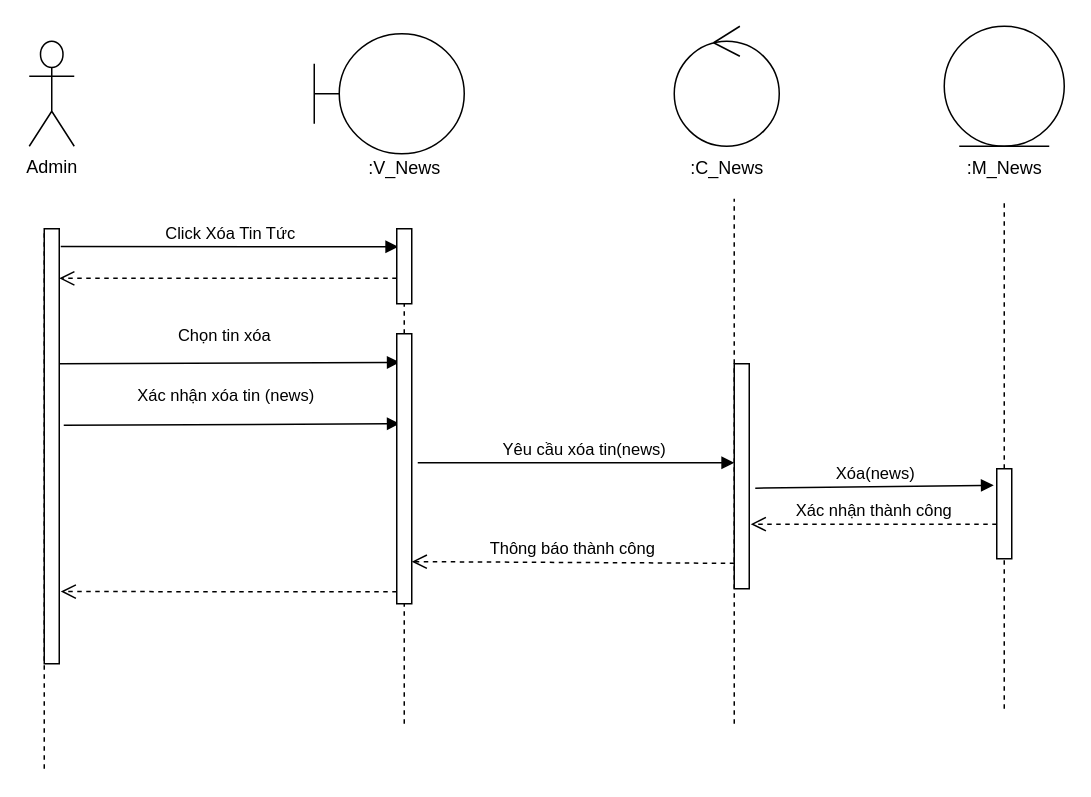
Earlier version of the draw.io diagram Sequence/XoaTinTuc.drawio (hoangminh15/PTTKHT). Source tidied: cells renumbered, new cells numbered last; positions are measured from the earlier drawing's top-left corner, leaving out a move shared by most shapes. Both pictures are drawn from the tidied source at 150%, with x=0, y=0 at pixel (28, 26).
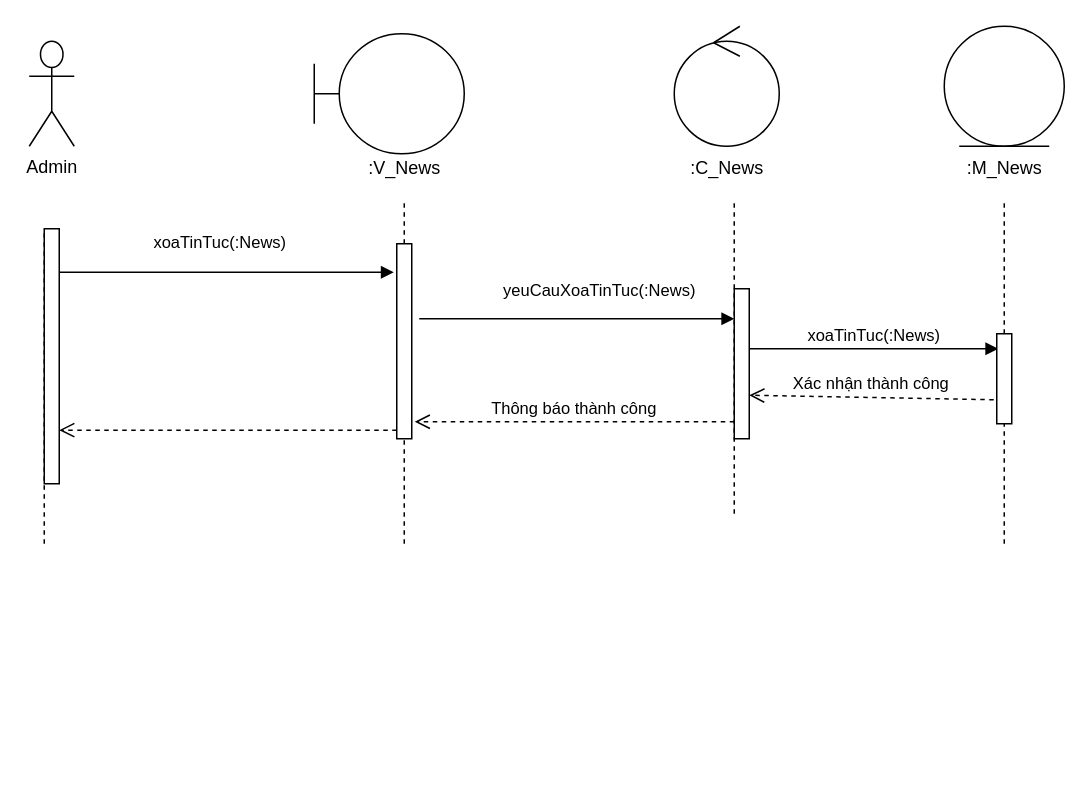
The same page after the edit.

Unchanged cells that the change refers to:
```xml
<mxCell id="9" value=":C_News" style="text;html=1;align=center;verticalAlign=middle;points=[];" parent="1" vertex="1">
  <mxGeometry x="435" y="85" width="60" height="20" as="geometry" />
</mxCell>
```

The edit, as a diff of the source:
```diff
@@
-    <mxCell id="2" value="Click Xóa Tin Tức" style="html=1;verticalAlign=bottom;endArrow=block;exitX=1.1;exitY=0.041;exitDx=0;exitDy=0;exitPerimeter=0;entryX=0.1;entryY=0.24;entryDx=0;entryDy=0;entryPerimeter=0;" parent="1" edge="1" source="16" target="14">
-      <mxGeometry relative="1" as="geometry" />
-    </mxCell>
-    <mxCell id="3" style="html=1;verticalAlign=bottom;endArrow=open;dashed=1;endSize=8;entryX=1;entryY=0.114;entryDx=0;entryDy=0;entryPerimeter=0;exitX=0;exitY=0.66;exitDx=0;exitDy=0;exitPerimeter=0;" parent="1" edge="1" source="14" target="16">
-      <mxGeometry relative="1" as="geometry" />
-    </mxCell>
-    <mxCell id="4" value="Chọn tin xóa" style="html=1;verticalAlign=bottom;endArrow=block;exitX=1;exitY=0.345;exitDx=0;exitDy=0;exitPerimeter=0;entryX=0.2;entryY=0.106;entryDx=0;entryDy=0;entryPerimeter=0;" parent="1" edge="1" target="17">
-      <mxGeometry x="-0.03" y="10" relative="1" as="geometry">
-        <mxPoint x="20" y="225" as="sourcePoint" />
-      </mxGeometry>
-    </mxCell>
-    <mxCell id="5" value="Xác nhận xóa tin (news)" style="html=1;verticalAlign=bottom;endArrow=block;exitX=1.3;exitY=0.452;exitDx=0;exitDy=0;exitPerimeter=0;entryX=0.2;entryY=0.333;entryDx=0;entryDy=0;entryPerimeter=0;" parent="1" edge="1" source="16" target="17">
+    <mxCell id="5" value="xoaTinTuc(:News)" style="html=1;verticalAlign=bottom;endArrow=block;entryX=-0.2;entryY=0.146;entryDx=0;entryDy=0;entryPerimeter=0;" parent="1" edge="1" source="16" target="17">
       <mxGeometry x="-0.04" y="11" relative="1" as="geometry" />
     </mxCell>
-    <mxCell id="6" value="Yêu cầu xóa tin(news)" style="html=1;verticalAlign=bottom;endArrow=block;exitX=1.4;exitY=0.478;exitDx=0;exitDy=0;exitPerimeter=0;" parent="1" edge="1" source="17" target="21">
-      <mxGeometry x="0.05" relative="1" as="geometry" />
+    <mxCell id="6" value="yeuCauXoaTinTuc(:News)" style="html=1;verticalAlign=bottom;endArrow=block;" parent="1" edge="1" target="21">
+      <mxGeometry x="0.14" y="10" relative="1" as="geometry">
+        <mxPoint x="260" y="195" as="sourcePoint" />
+      </mxGeometry>
     </mxCell>
-    <mxCell id="7" value="Thông báo thành công" style="html=1;verticalAlign=bottom;endArrow=open;dashed=1;endSize=8;exitX=0;exitY=0.887;exitDx=0;exitDy=0;exitPerimeter=0;entryX=1;entryY=0.844;entryDx=0;entryDy=0;entryPerimeter=0;" parent="1" edge="1" source="21" target="17">
+    <mxCell id="7" value="Thông báo thành công" style="html=1;verticalAlign=bottom;endArrow=open;dashed=1;endSize=8;exitX=0;exitY=0.887;exitDx=0;exitDy=0;exitPerimeter=0;entryX=1.2;entryY=0.913;entryDx=0;entryDy=0;entryPerimeter=0;" parent="1" edge="1" source="21" target="17">
       <mxGeometry relative="1" as="geometry" />
     </mxCell>
@@
     <mxCell id="11" style="endArrow=none;dashed=1;html=1;" parent="1" edge="1">
       <mxGeometry relative="1" as="geometry">
-        <mxPoint x="10" y="495" as="sourcePoint" />
+        <mxPoint x="10" y="345" as="sourcePoint" />
         <mxPoint x="10" y="135" as="targetPoint" />
       </mxGeometry>
     </mxCell>
@@
-    <mxCell id="13" style="endArrow=none;dashed=1;html=1;" parent="1" edge="1" source="14">
+    <mxCell id="13" style="endArrow=none;dashed=1;html=1;" parent="1" edge="1">
       <mxGeometry relative="1" as="geometry">
+        <mxPoint x="249.5" y="135" as="sourcePoint" />
         <mxPoint x="249.5" y="135" as="targetPoint" />
       </mxGeometry>
     </mxCell>
-    <mxCell id="14" style="html=1;points=[];perimeter=orthogonalPerimeter;" parent="1" vertex="1">
-      <mxGeometry x="245" y="135" width="10" height="50" as="geometry" />
-    </mxCell>
-    <mxCell id="15" style="endArrow=none;dashed=1;html=1;" parent="1" edge="1" source="17" target="14">
-      <mxGeometry relative="1" as="geometry" />
+    <mxCell id="15" style="endArrow=none;dashed=1;html=1;" parent="1" edge="1" source="17">
+      <mxGeometry relative="1" as="geometry">
+        <mxPoint x="250" y="115" as="targetPoint" />
+      </mxGeometry>
     </mxCell>
     <mxCell id="16" style="html=1;points=[];perimeter=orthogonalPerimeter;" parent="1" vertex="1">
-      <mxGeometry x="10" y="135" width="10" height="290" as="geometry" />
+      <mxGeometry x="10" y="135" width="10" height="170" as="geometry" />
     </mxCell>
     <mxCell id="17" style="html=1;points=[];perimeter=orthogonalPerimeter;" parent="1" vertex="1">
-      <mxGeometry x="245" y="205" width="10" height="180" as="geometry" />
+      <mxGeometry x="245" y="145" width="10" height="130" as="geometry" />
     </mxCell>
     <mxCell id="18" style="endArrow=none;dashed=1;html=1;" parent="1" edge="1" target="17">
       <mxGeometry relative="1" as="geometry">
-        <mxPoint x="250" y="465" as="sourcePoint" />
+        <mxPoint x="250" y="345" as="sourcePoint" />
       </mxGeometry>
     </mxCell>
@@
     <mxCell id="20" style="endArrow=none;dashed=1;html=1;entryX=0.583;entryY=1.5;entryDx=0;entryDy=0;entryPerimeter=0;" parent="1" edge="1" target="9">
       <mxGeometry relative="1" as="geometry">
-        <mxPoint x="470" y="465" as="sourcePoint" />
+        <mxPoint x="470" y="325" as="sourcePoint" />
       </mxGeometry>
     </mxCell>
-    <mxCell id="21" style="html=1;points=[];perimeter=orthogonalPerimeter;" parent="1" vertex="1">
-      <mxGeometry x="470" y="225" width="10" height="150" as="geometry" />
-    </mxCell>
-    <mxCell id="22" style="html=1;verticalAlign=bottom;endArrow=open;dashed=1;endSize=8;exitX=0;exitY=0.956;exitDx=0;exitDy=0;exitPerimeter=0;entryX=1.1;entryY=0.834;entryDx=0;entryDy=0;entryPerimeter=0;" parent="1" edge="1" source="17" target="16">
+    <mxCell id="22" style="html=1;verticalAlign=bottom;endArrow=open;dashed=1;endSize=8;exitX=0;exitY=0.956;exitDx=0;exitDy=0;exitPerimeter=0;" parent="1" edge="1" source="17" target="16">
       <mxGeometry relative="1" as="geometry" />
     </mxCell>
@@
-    <mxCell id="26" value="Xóa(news)" style="html=1;verticalAlign=bottom;endArrow=block;exitX=1.4;exitY=0.553;exitDx=0;exitDy=0;exitPerimeter=0;" parent="1" edge="1" source="21">
-      <mxGeometry relative="1" as="geometry">
-        <mxPoint x="643" y="306" as="targetPoint" />
-      </mxGeometry>
+    <mxCell id="26" value="xoaTinTuc(:News)" style="html=1;verticalAlign=bottom;endArrow=block;entryX=0.1;entryY=0.167;entryDx=0;entryDy=0;entryPerimeter=0;" parent="1" edge="1" source="21" target="27">
+      <mxGeometry relative="1" as="geometry" />
     </mxCell>
     <mxCell id="27" style="html=1;points=[];perimeter=orthogonalPerimeter;" parent="1" vertex="1">
-      <mxGeometry x="645" y="295" width="10" height="60" as="geometry" />
+      <mxGeometry x="645" y="205" width="10" height="60" as="geometry" />
     </mxCell>
     <mxCell id="28" style="endArrow=none;dashed=1;html=1;" parent="1" edge="1" target="27">
       <mxGeometry relative="1" as="geometry">
-        <mxPoint x="650" y="455" as="sourcePoint" />
+        <mxPoint x="650" y="345" as="sourcePoint" />
       </mxGeometry>
     </mxCell>
-    <mxCell id="29" value="Xác nhận thành công" style="html=1;verticalAlign=bottom;endArrow=open;dashed=1;endSize=8;entryX=1.1;entryY=0.713;entryDx=0;entryDy=0;entryPerimeter=0;" parent="1" edge="1" target="21">
-      <mxGeometry relative="1" as="geometry">
-        <mxPoint x="645" y="332" as="sourcePoint" />
-      </mxGeometry>
+    <mxCell id="29" value="Xác nhận thành công" style="html=1;verticalAlign=bottom;endArrow=open;dashed=1;endSize=8;exitX=-0.2;exitY=0.733;exitDx=0;exitDy=0;exitPerimeter=0;entryX=1;entryY=0.71;entryDx=0;entryDy=0;entryPerimeter=0;" parent="1" edge="1" source="27" target="21">
+      <mxGeometry relative="1" as="geometry" />
     </mxCell>
+    <mxCell id="21" style="html=1;points=[];perimeter=orthogonalPerimeter;" parent="1" vertex="1">
+      <mxGeometry x="470" y="175" width="10" height="100" as="geometry" />
+    </mxCell>
```
